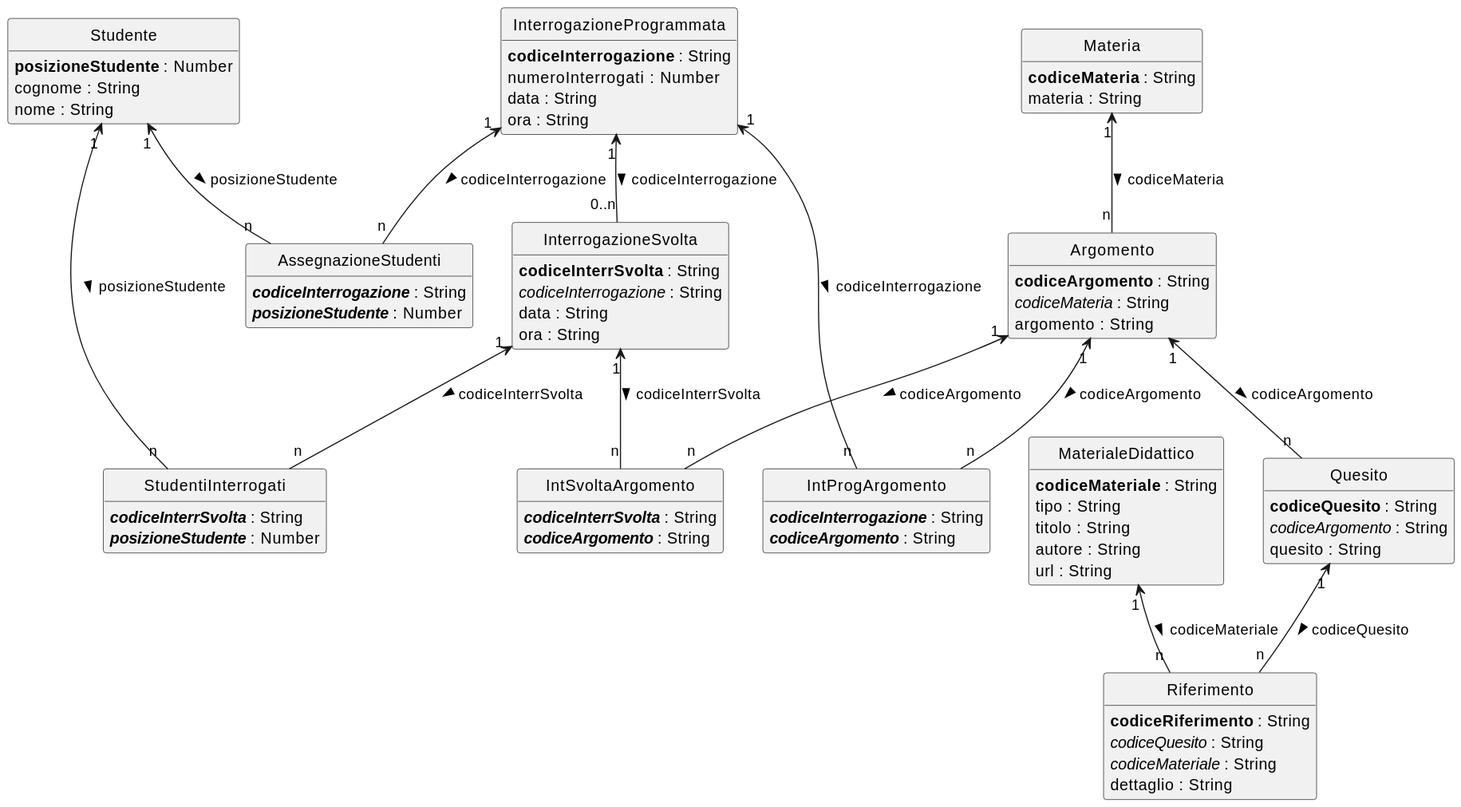
Earlier version of the PlantUML export images/class-diagram.svg (gionatamassibenincasa/study-together).
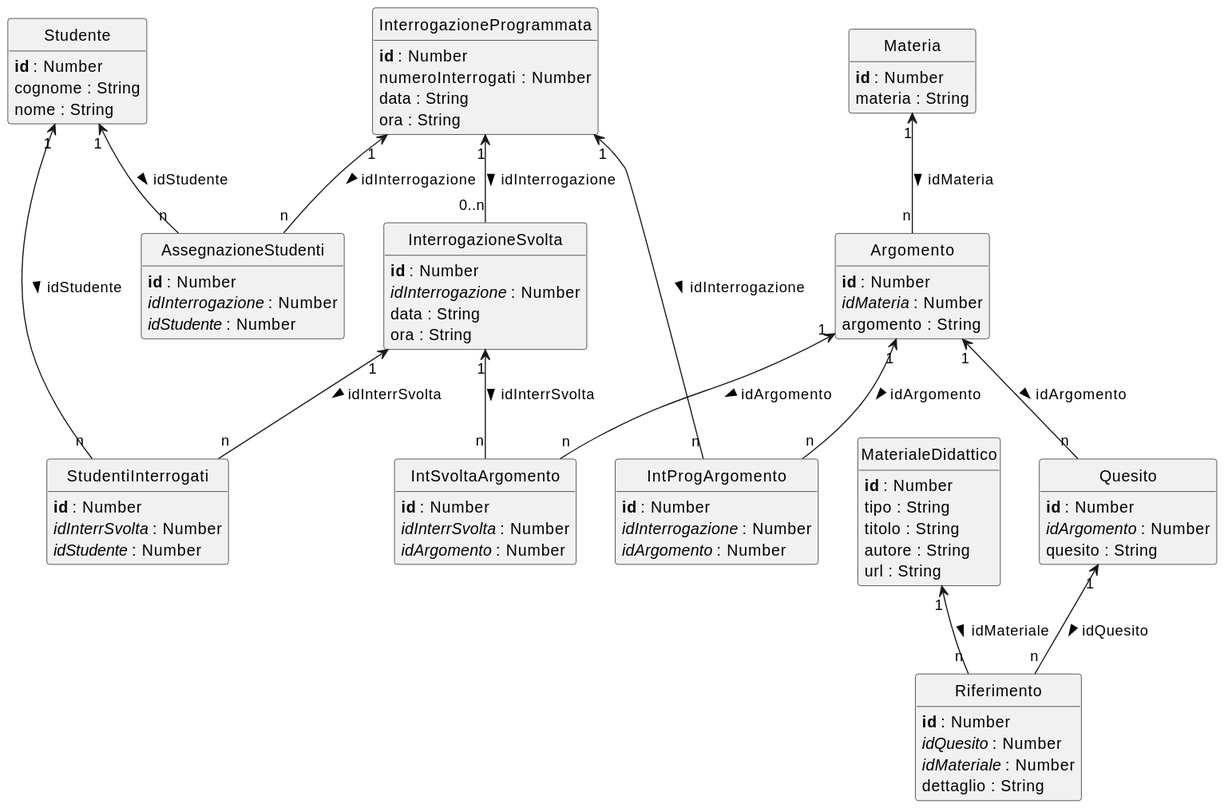
The same file after the commit.

What changed in the source:
```diff
@@ -3,30 +3,30 @@
 hide method
 
 class Studente {
-  **posizioneStudente** : Number
+  **id** : Number
   cognome : String
   nome : String
 }
 
 class Materia {
-  **codiceMateria** : String
+  **id** : Number
   materia : String
 }
 
 class Argomento {
-  **codiceArgomento** : String
-  //codiceMateria// : String
+  **id** : Number
+  //idMateria// : Number
   argomento : String
 }
 
 class Quesito {
-  **codiceQuesito** : String
-  //codiceArgomento// : String
+  **id** : Number
+  //idArgomento// : Number
   quesito : String
 }
 
 class MaterialeDidattico {
-  **codiceMateriale** : String
+  **id** : Number
   tipo : String
   titolo : String
   autore : String
@@ -34,57 +34,61 @@
 }
 
 class Riferimento {
-  **codiceRiferimento** : String
-  //codiceQuesito// : String
-  //codiceMateriale// : String
+  **id** : Number
+  //idQuesito// : Number
+  //idMateriale// : Number
   dettaglio : String
 }
 
 class InterrogazioneProgrammata {
-  **codiceInterrogazione** : String
+  **id** : Number
   numeroInterrogati : Number
   data : String
   ora : String
 }
 
 class IntProgArgomento {
-  //**codiceInterrogazione**// : String
-  //**codiceArgomento**// : String
+  **id** : Number
+  //idInterrogazione// : Number
+  //idArgomento// : Number
 }
 
 class AssegnazioneStudenti {
-  //**codiceInterrogazione**// : String
-  //**posizioneStudente**// : Number
+  **id** : Number
+  //idInterrogazione// : Number
+  //idStudente// : Number
 }
 
 class InterrogazioneSvolta {
-  **codiceInterrSvolta** : String
-  //codiceInterrogazione// : String
+  **id** : Number
+  //idInterrogazione// : Number
   data : String
   ora : String
 }
 
 class IntSvoltaArgomento {
-  //**codiceInterrSvolta**// : String
-  //**codiceArgomento**// : String
+  **id** : Number
+  //idInterrSvolta// : Number
+  //idArgomento// : Number
 }
 
 class StudentiInterrogati {
-  //**codiceInterrSvolta**// : String
-  //**posizioneStudente**// : Number
+  **id** : Number
+  //idInterrSvolta// : Number
+  //idStudente// : Number
 }
 
-Materia "1" <-- "n" Argomento : codiceMateria >
-Argomento "1" <-- "n" Quesito : codiceArgomento >
-Quesito "1" <-- "n" Riferimento : codiceQuesito >
-MaterialeDidattico "1" <-- "n" Riferimento : codiceMateriale >
-InterrogazioneProgrammata "1" <-- "n" IntProgArgomento : codiceInterrogazione >
-Argomento "1" <-- "n" IntProgArgomento : codiceArgomento >
-InterrogazioneProgrammata "1" <-- "n" AssegnazioneStudenti : codiceInterrogazione >
-Studente "1" <-- "n" AssegnazioneStudenti : posizioneStudente >
-InterrogazioneProgrammata "1" <-- "0..n" InterrogazioneSvolta : codiceInterrogazione >
-InterrogazioneSvolta "1" <-- "n" IntSvoltaArgomento : codiceInterrSvolta >
-Argomento "1" <-- "n" IntSvoltaArgomento : codiceArgomento >
-InterrogazioneSvolta "1" <-- "n" StudentiInterrogati : codiceInterrSvolta >
-Studente "1" <-- "n" StudentiInterrogati : posizioneStudente >
+Materia "1" <-- "n" Argomento : idMateria >
+Argomento "1" <-- "n" Quesito : idArgomento >
+Quesito "1" <-- "n" Riferimento : idQuesito >
+MaterialeDidattico "1" <-- "n" Riferimento : idMateriale >
+InterrogazioneProgrammata "1" <-- "n" IntProgArgomento : idInterrogazione >
+Argomento "1" <-- "n" IntProgArgomento : idArgomento >
+InterrogazioneProgrammata "1" <-- "n" AssegnazioneStudenti : idInterrogazione >
+Studente "1" <-- "n" AssegnazioneStudenti : idStudente >
+InterrogazioneProgrammata "1" <-- "0..n" InterrogazioneSvolta : idInterrogazione >
+InterrogazioneSvolta "1" <-- "n" IntSvoltaArgomento : idInterrSvolta >
+Argomento "1" <-- "n" IntSvoltaArgomento : idArgomento >
+InterrogazioneSvolta "1" <-- "n" StudentiInterrogati : idInterrSvolta >
+Studente "1" <-- "n" StudentiInterrogati : idStudente >
 @enduml
```
